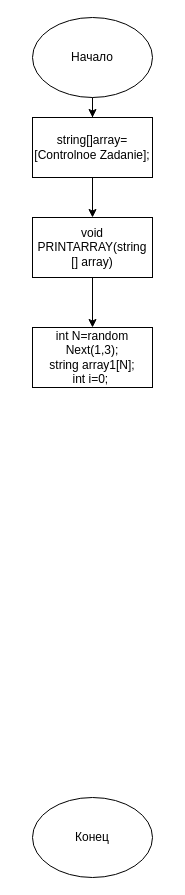
This is Блок-схема.drawio from Zamyshlyaeff/FINALLYWORK, a draw.io file, before an edit. Source tidied: cells renumbered, new cells numbered last; positions are measured from the earlier drawing's top-left corner, leaving out a move shared by most shapes. Both pictures are drawn from the tidied source at 100%, with x=0, y=0 at pixel (32, 17).
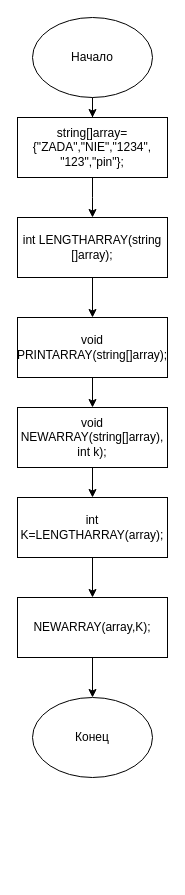
Above is the later version.

Change to the diagram source:
```diff
@@
 <mxGraphModel>
   <root>
     <mxCell id="0" />
     <mxCell id="1" parent="0" />
-    <mxCell id="2" style="edgeStyle=orthogonalEdgeStyle;rounded=0;jettySize=auto;html=1;" parent="1" edge="1" source="3" target="8">
-      <mxGeometry relative="1" as="geometry" />
+    <mxCell id="2" style="edgeStyle=orthogonalEdgeStyle;rounded=0;jettySize=auto;html=1;" parent="1" edge="1" source="3">
+      <mxGeometry relative="1" as="geometry">
+        <mxPoint x="60" y="200" as="targetPoint" />
+      </mxGeometry>
     </mxCell>
-    <mxCell id="3" value="string[]array=[Controlnoe Zadanie];" style="rounded=0;whiteSpace=wrap;html=1;" parent="1" vertex="1">
-      <mxGeometry y="100" width="120" height="60" as="geometry" />
+    <mxCell id="3" value="string[]array={&quot;ZADA&quot;,&quot;NIE&quot;,&quot;1234&quot;,&lt;br&gt;&quot;123&quot;,&quot;pin&quot;};" style="rounded=0;whiteSpace=wrap;html=1;" parent="1" vertex="1">
+      <mxGeometry x="-15" y="100" width="150" height="60" as="geometry" />
     </mxCell>
     <mxCell id="4" style="edgeStyle=orthogonalEdgeStyle;rounded=0;jettySize=auto;html=1;" parent="1" edge="1" source="5" target="3">
       <mxGeometry relative="1" as="geometry" />
     </mxCell>
     <mxCell id="5" value="Начало" style="ellipse;whiteSpace=wrap;html=1;" parent="1" vertex="1">
       <mxGeometry width="120" height="80" as="geometry" />
     </mxCell>
     <mxCell id="6" value="Конец" style="ellipse;whiteSpace=wrap;html=1;" parent="1" vertex="1">
-      <mxGeometry y="780" width="120" height="80" as="geometry" />
+      <mxGeometry y="680" width="120" height="80" as="geometry" />
     </mxCell>
-    <mxCell id="7" style="edgeStyle=orthogonalEdgeStyle;rounded=0;jettySize=auto;html=1;" parent="1" edge="1" source="8" target="9">
-      <mxGeometry relative="1" as="geometry" />
-    </mxCell>
-    <mxCell id="8" value="void PRINTARRAY(string [] array)" style="rounded=0;whiteSpace=wrap;html=1;" parent="1" vertex="1">
-      <mxGeometry y="200" width="120" height="60" as="geometry" />
-    </mxCell>
-    <mxCell id="9" value="int N=random Next(1,3);&lt;br&gt;string array1[N];&lt;br&gt;int i=0;&amp;nbsp;" style="rounded=0;whiteSpace=wrap;html=1;" parent="1" vertex="1">
-      <mxGeometry y="310" width="120" height="60" as="geometry" />
-    </mxCell>
+    <mxCell id="10" style="edgeStyle=orthogonalEdgeStyle;rounded=0;jettySize=auto;html=1;" parent="1" edge="1" source="11" target="13">
+      <mxGeometry relative="1" as="geometry" />
+    </mxCell>
+    <mxCell id="11" value="int LENGTHARRAY(string []array);" style="rounded=0;whiteSpace=wrap;html=1;" parent="1" vertex="1">
+      <mxGeometry x="-15" y="200" width="150" height="60" as="geometry" />
+    </mxCell>
+    <mxCell id="12" style="edgeStyle=orthogonalEdgeStyle;rounded=0;jettySize=auto;html=1;" parent="1" edge="1" source="13" target="15">
+      <mxGeometry relative="1" as="geometry" />
+    </mxCell>
+    <mxCell id="13" value="void PRINTARRAY(string[]array);" style="rounded=0;whiteSpace=wrap;html=1;" parent="1" vertex="1">
+      <mxGeometry x="-15" y="300" width="150" height="60" as="geometry" />
+    </mxCell>
+    <mxCell id="14" style="edgeStyle=orthogonalEdgeStyle;rounded=0;jettySize=auto;html=1;" parent="1" edge="1" source="15" target="17">
+      <mxGeometry relative="1" as="geometry" />
+    </mxCell>
+    <mxCell id="15" value="void NEWARRAY(string[]array), int k);" style="rounded=0;whiteSpace=wrap;html=1;" parent="1" vertex="1">
+      <mxGeometry x="-15" y="390" width="150" height="60" as="geometry" />
+    </mxCell>
+    <mxCell id="16" style="edgeStyle=orthogonalEdgeStyle;rounded=0;jettySize=auto;html=1;" parent="1" edge="1" source="17" target="19">
+      <mxGeometry relative="1" as="geometry" />
+    </mxCell>
+    <mxCell id="17" value="int K=LENGTHARRAY(array);" style="rounded=0;whiteSpace=wrap;html=1;" parent="1" vertex="1">
+      <mxGeometry x="-15" y="480" width="150" height="60" as="geometry" />
+    </mxCell>
+    <mxCell id="18" style="edgeStyle=orthogonalEdgeStyle;rounded=0;jettySize=auto;html=1;" parent="1" edge="1" source="19" target="6">
+      <mxGeometry relative="1" as="geometry" />
+    </mxCell>
+    <mxCell id="19" value="NEWARRAY(array,K);" style="rounded=0;whiteSpace=wrap;html=1;" parent="1" vertex="1">
+      <mxGeometry x="-15" y="580" width="150" height="60" as="geometry" />
+    </mxCell>
   </root>
 </mxGraphModel>
```
